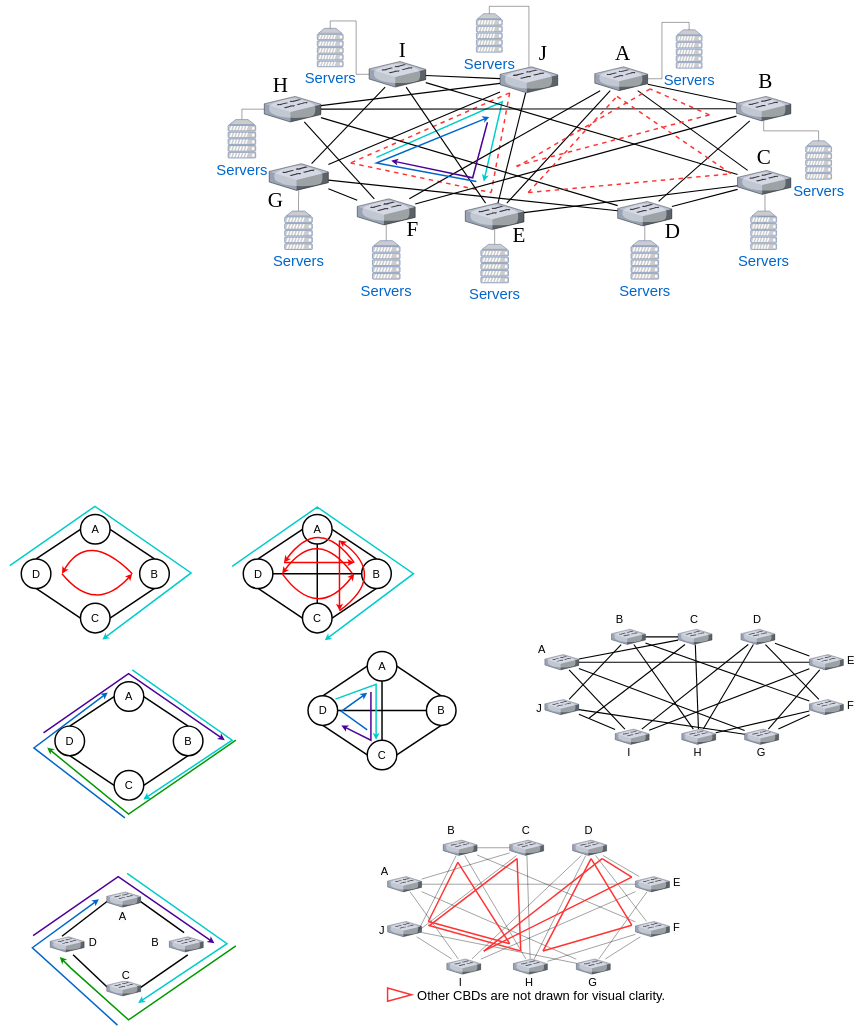
Before: FC+/protential_CBD.drawio in caopeirui/app.diagrams.net, a draw.io diagram. Source tidied: cells renumbered, new cells numbered last; positions are measured from the earlier drawing's top-left corner, leaving out a move shared by most shapes. Both pictures are drawn from the tidied source at 37%, with x=0, y=0 at pixel (10, 14).
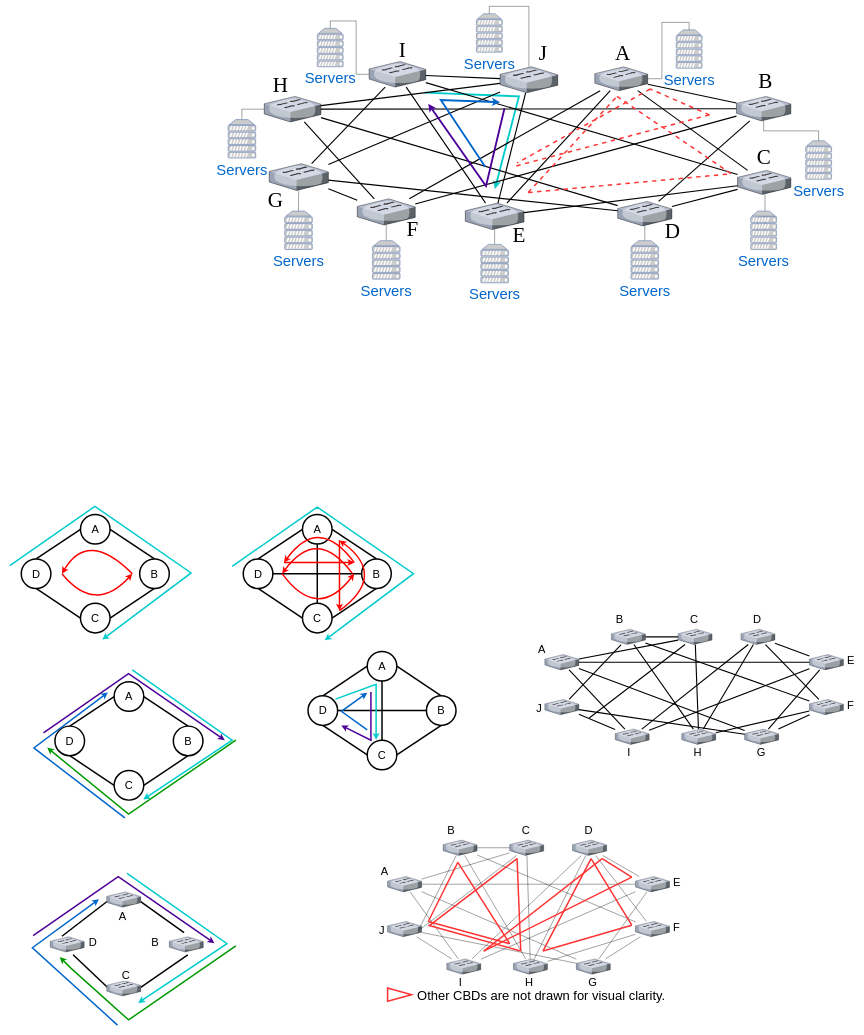
After the change.

Commit message (it also covers changes not shown here):
update protential_CBD

The edit, as a diff of the source:
```diff
@@
-    <mxCell id="166" style="endArrow=none;html=1;strokeWidth=4;strokeColor=#FF3333;fillColor=#f8cecc;dashed=1;" parent="1" edge="1">
-      <mxGeometry relative="1" as="geometry">
-        <mxPoint x="1351" y="213.4" as="sourcePoint" />
-        <mxPoint x="921" y="403" as="targetPoint" />
-      </mxGeometry>
-    </mxCell>
-    <mxCell id="167" style="endArrow=none;html=1;strokeWidth=4;strokeColor=#FF3333;fillColor=#f8cecc;dashed=1;" parent="1" edge="1">
-      <mxGeometry relative="1" as="geometry">
-        <mxPoint x="1351" y="213.4" as="sourcePoint" />
-        <mxPoint x="1301" y="483" as="targetPoint" />
-      </mxGeometry>
-    </mxCell>
-    <mxCell id="168" style="endArrow=none;html=1;strokeWidth=4;strokeColor=#FF3333;fillColor=#f8cecc;dashed=1;" parent="1" edge="1">
-      <mxGeometry relative="1" as="geometry">
-        <mxPoint x="921" y="403" as="sourcePoint" />
-        <mxPoint x="1301" y="483" as="targetPoint" />
-      </mxGeometry>
-    </mxCell>
-    <mxCell id="169" style="edgeStyle=none;orthogonalLoop=1;jettySize=auto;html=1;rounded=0;strokeWidth=4;strokeColor=#00CCCC;" parent="1" edge="1">
+    <mxCell id="169" style="edgeStyle=none;orthogonalLoop=1;jettySize=auto;html=1;rounded=0;strokeWidth=5;strokeColor=#00CCCC;" parent="1" edge="1">
       <mxGeometry relative="1" as="geometry">
-        <mxPoint x="991" y="388" as="sourcePoint" />
-        <mxPoint x="1281" y="453" as="targetPoint" />
+        <mxPoint x="1121" y="213" as="sourcePoint" />
+        <mxPoint x="1311" y="473" as="targetPoint" />
         <Array as="points">
-          <mxPoint x="1331" y="237.5" />
-          <mxPoint x="1311" y="323" />
+          <mxPoint x="1376" y="223" />
         </Array>
       </mxGeometry>
     </mxCell>
@@
-    <mxCell id="224" style="edgeStyle=none;orthogonalLoop=1;jettySize=auto;html=1;rounded=0;strokeWidth=4;strokeColor=#0066CC;fillColor=#dae8fc;" parent="1" edge="1">
+    <mxCell id="224" style="edgeStyle=none;orthogonalLoop=1;jettySize=auto;html=1;rounded=0;strokeWidth=5;strokeColor=#0066CC;fillColor=#dae8fc;" parent="1" edge="1">
       <mxGeometry relative="1" as="geometry">
-        <mxPoint x="1261" y="453" as="sourcePoint" />
-        <mxPoint x="1296" y="278.6" as="targetPoint" />
+        <mxPoint x="1284.9" y="413" as="sourcePoint" />
+        <mxPoint x="1324.9" y="238.6" as="targetPoint" />
         <Array as="points">
-          <mxPoint x="991" y="403" />
-          <mxPoint x="1296" y="278.6" />
+          <mxPoint x="1164.9" y="233" />
+          <mxPoint x="1324.9" y="238.6" />
         </Array>
       </mxGeometry>
     </mxCell>
-    <mxCell id="225" style="edgeStyle=none;orthogonalLoop=1;jettySize=auto;html=1;rounded=0;strokeWidth=4;strokeColor=#4C0099;" parent="1" edge="1">
+    <mxCell id="225" style="edgeStyle=none;orthogonalLoop=1;jettySize=auto;html=1;rounded=0;strokeWidth=5;strokeColor=#4C0099;" parent="1" edge="1">
       <mxGeometry relative="1" as="geometry">
-        <mxPoint x="1291" y="293" as="sourcePoint" />
-        <mxPoint x="1031" y="396.9" as="targetPoint" />
+        <mxPoint x="1337" y="255.2" as="sourcePoint" />
+        <mxPoint x="1131" y="243" as="targetPoint" />
         <Array as="points">
-          <mxPoint x="1251" y="443" />
-          <mxPoint x="1031" y="396.9" />
+          <mxPoint x="1287" y="465.2" />
+          <mxPoint x="1131" y="243" />
         </Array>
       </mxGeometry>
     </mxCell>
@@
     <mxCell id="237" style="endArrow=none;html=1;strokeWidth=4;strokeColor=#FF3333;fillColor=#f8cecc;dashed=1;" parent="1" edge="1">
       <mxGeometry relative="1" as="geometry">
         <mxPoint x="1731" y="203" as="sourcePoint" />
-        <mxPoint x="1371" y="413" as="targetPoint" />
+        <mxPoint x="1371" y="403" as="targetPoint" />
       </mxGeometry>
     </mxCell>
```
